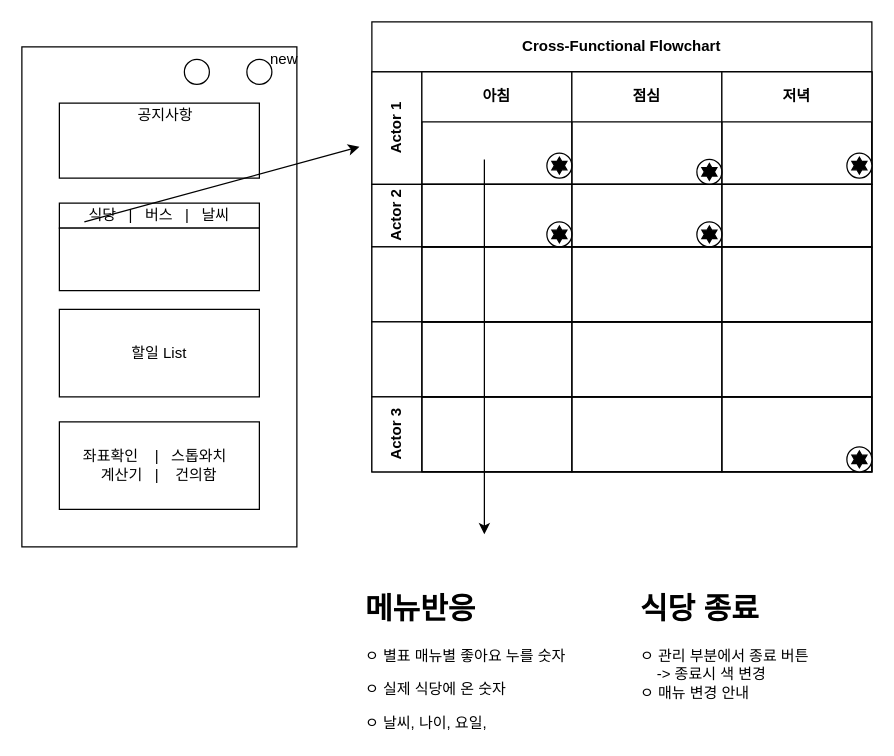
This is Untitled Diagram.drawio from happy-tech/nifs_all, a draw.io file, before an edit. Source tidied: cells renumbered, new cells numbered last; positions are measured from the earlier drawing's top-left corner, leaving out a move shared by most shapes. Both pictures are drawn from the tidied source at 125%, with x=0, y=0 at pixel (21, 21).
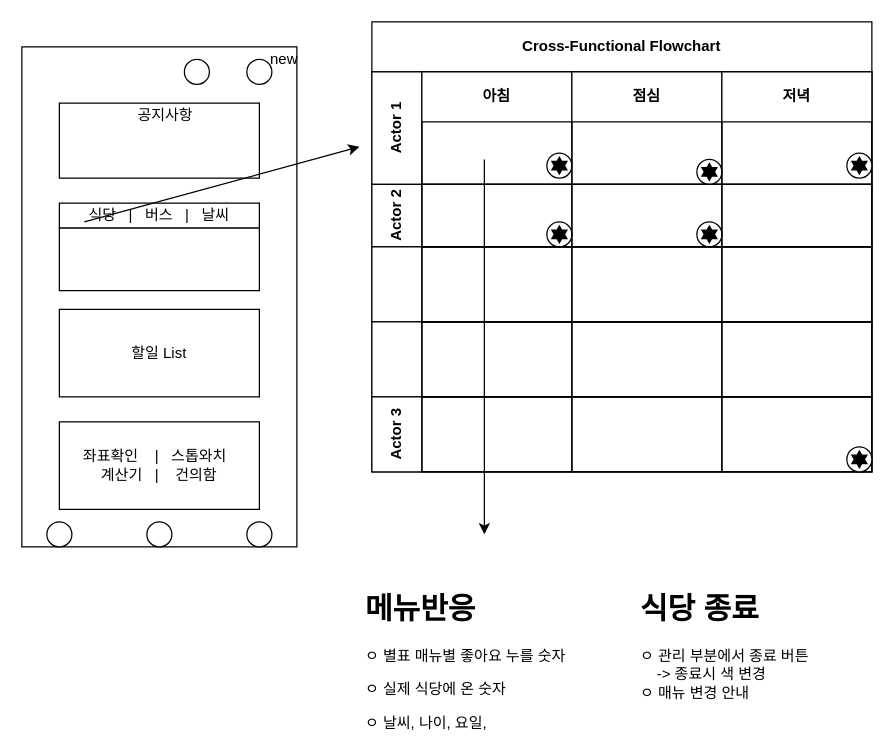
The same page after the edit.

Diff of the diagram source:
```diff
@@
+    <mxCell id="43" style="ellipse;whiteSpace=wrap;html=1;" parent="1" vertex="1">
+      <mxGeometry x="20" y="400" width="20" height="20" as="geometry" />
+    </mxCell>
+    <mxCell id="44" style="ellipse;whiteSpace=wrap;html=1;" parent="1" vertex="1">
+      <mxGeometry x="100" y="400" width="20" height="20" as="geometry" />
+    </mxCell>
+    <mxCell id="45" style="ellipse;whiteSpace=wrap;html=1;" parent="1" vertex="1">
+      <mxGeometry x="180" y="400" width="20" height="20" as="geometry" />
+    </mxCell>
```
